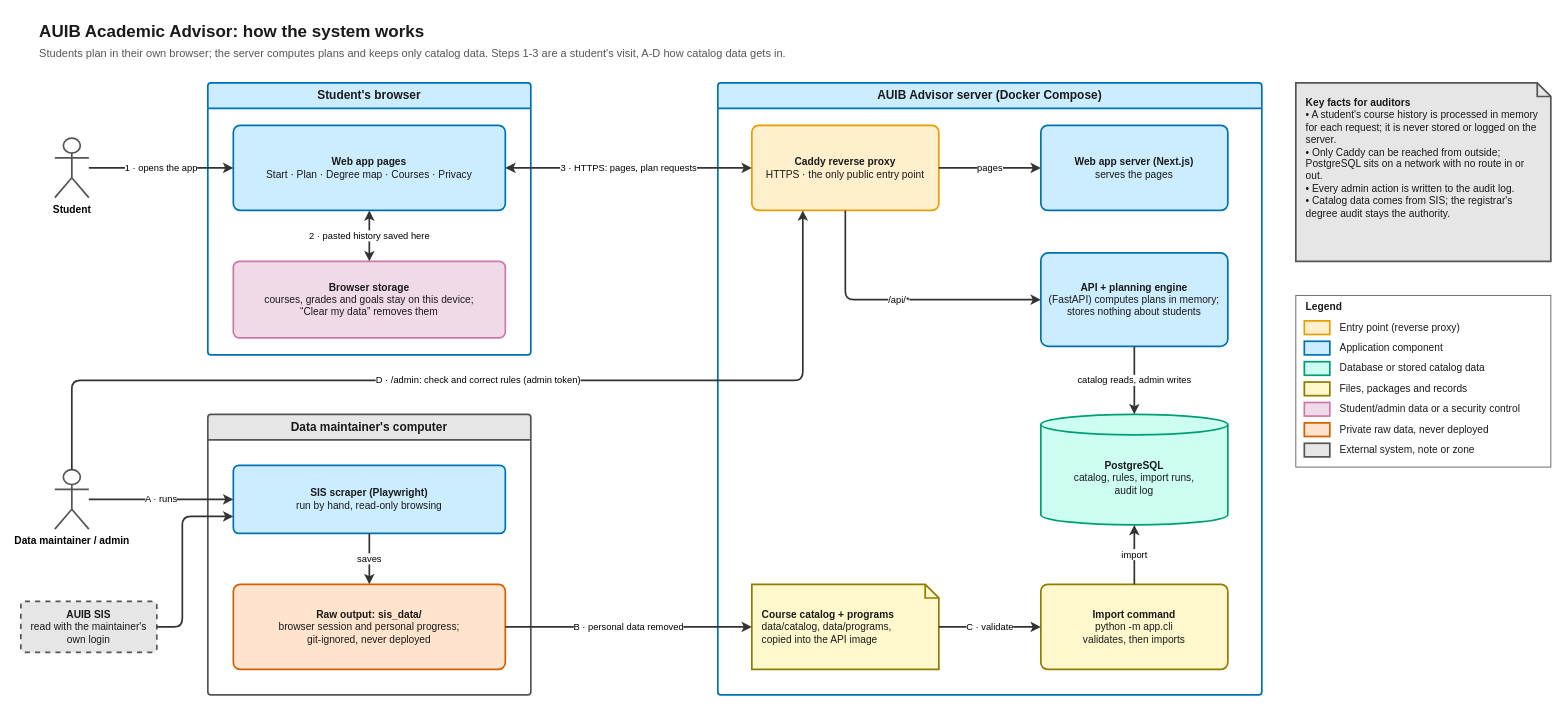
Before: docs/diagrams/00-overview.drawio in zaniixx/AUIB-Academic-Advisor, a draw.io diagram. Source tidied: cells renumbered, new cells numbered last; positions are measured from the earlier drawing's top-left corner, leaving out a move shared by most shapes. Both pictures are drawn from the tidied source at 85%, with x=0, y=0 at pixel (20, 14).
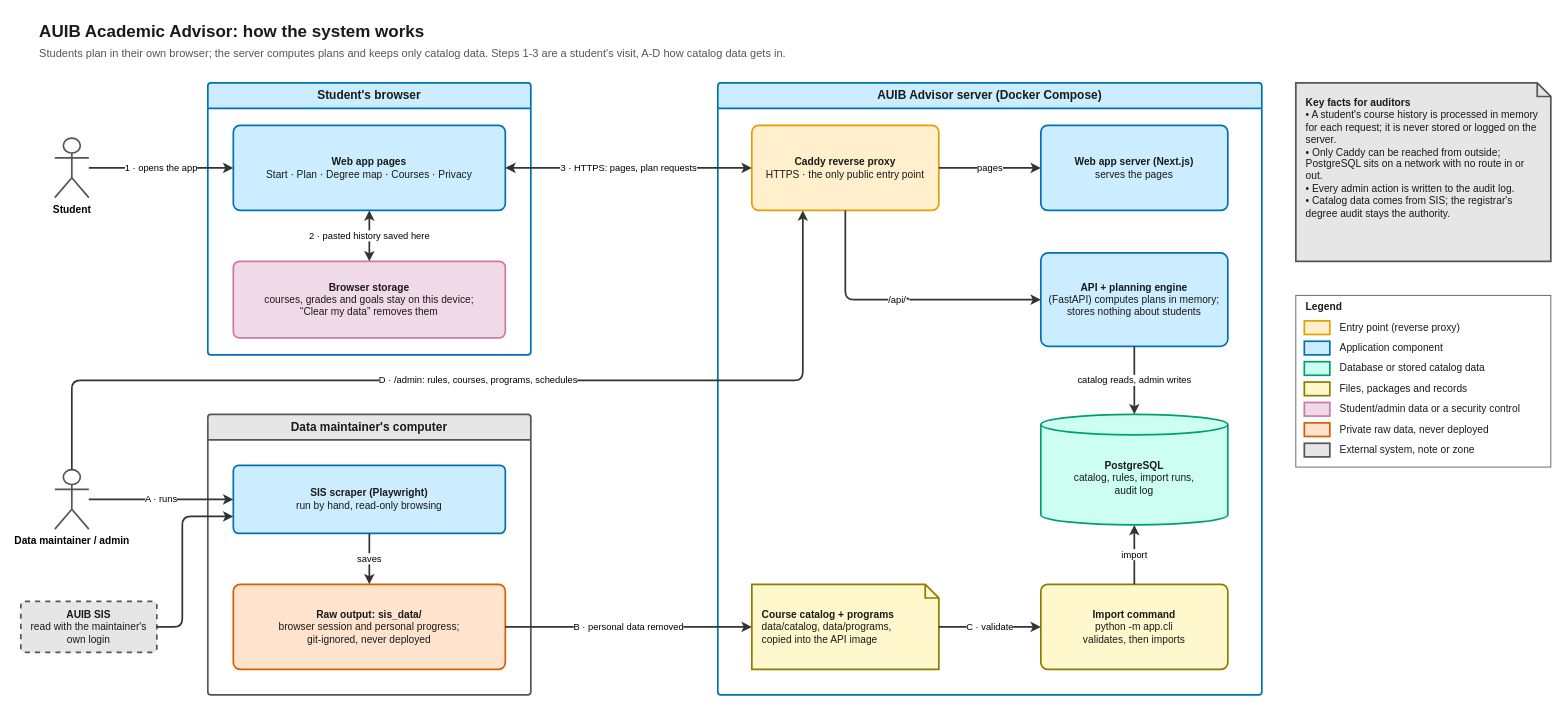
Above is the later version.

The change refers to these unchanged cells:
```xml
<mxCell id="7" value="Data maintainer / admin" style="shape=umlActor;verticalLabelPosition=bottom;verticalAlign=top;html=1;outlineConnect=0;fillColor=#ffffff;strokeColor=#555555;fontFamily=Helvetica;fontSize=12;strokeWidth=2;fontStyle=1;" parent="1" vertex="1">
  <mxGeometry x="40" y="535" width="40" height="70" as="geometry" />
</mxCell>
<mxCell id="13" value="&lt;b&gt;Caddy reverse proxy&lt;/b&gt;&lt;br&gt;HTTPS · the only public entry point" style="rounded=1;arcSize=8;whiteSpace=wrap;html=1;fillColor=#ffefcc;strokeColor=#e69f00;fontColor=#1a1a1a;fontFamily=Helvetica;fontSize=12;strokeWidth=2;verticalAlign=middle;" parent="12" vertex="1">
  <mxGeometry x="40" y="50" width="220" height="100" as="geometry" />
</mxCell>
```

Diff of the diagram source:
```diff
@@
-    <mxCell id="31" value="D · /admin: check and correct rules (admin token)" style="edgeStyle=orthogonalEdgeStyle;rounded=1;jettySize=auto;html=1;endArrow=classic;endFill=1;strokeWidth=2;strokeColor=#333333;fontFamily=Helvetica;fontSize=11;labelBackgroundColor=#ffffff;exitX=0.5;exitY=0;exitDx=0;exitDy=0;entryX=0.2727;entryY=1;entryDx=0;entryDy=0;" parent="1" edge="1" source="7" target="13">
+    <mxCell id="31" value="D · /admin: rules, courses, programs, schedules" style="edgeStyle=orthogonalEdgeStyle;rounded=1;jettySize=auto;html=1;endArrow=classic;endFill=1;strokeWidth=2;strokeColor=#333333;fontFamily=Helvetica;fontSize=11;labelBackgroundColor=#ffffff;exitX=0.5;exitY=0;exitDx=0;exitDy=0;entryX=0.2727;entryY=1;entryDx=0;entryDy=0;" parent="1" edge="1" source="7" target="13">
       <mxGeometry relative="1" as="geometry">
         <Array as="points">
           <mxPoint x="60" y="430" />
           <mxPoint x="920" y="430" />
         </Array>
       </mxGeometry>
     </mxCell>
```
